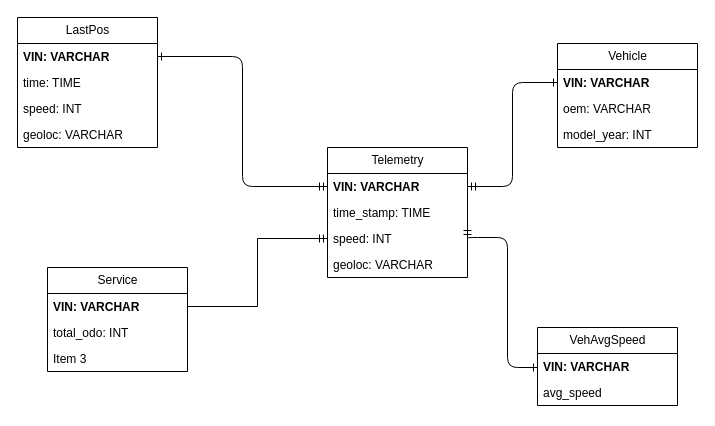
za250120548/M_SC_BIGDATA_ERT2025 keeps this draw.io diagram as PI/work/data/dbc_diagram.drawio. Above is the earlier version. Source tidied: cells renumbered, new cells numbered last; positions are measured from the earlier drawing's top-left corner, leaving out a move shared by most shapes. Both pictures are drawn from the tidied source at 100%, with x=0, y=0 at pixel (17, 17).
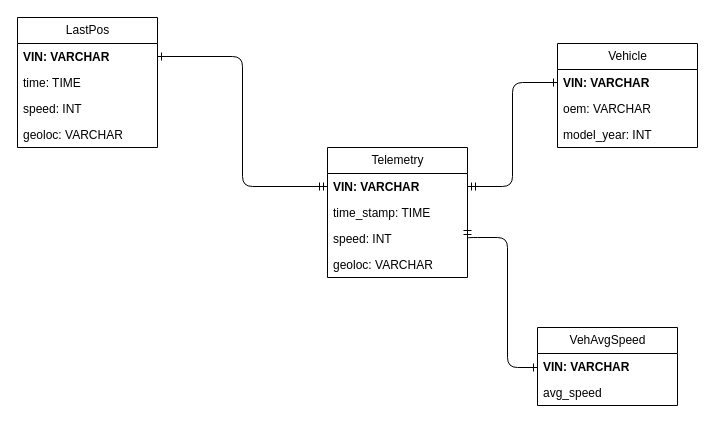
Above is the later version.

Commit message:
add DBC Draw-io Diagram

Unchanged cells that the change refers to:
```xml
<mxCell id="9" value="speed: INT" style="text;strokeColor=none;fillColor=none;align=left;verticalAlign=top;spacingLeft=4;spacingRight=4;overflow=hidden;points=[[0,0.5],[1,0.5]];portConstraint=eastwest;whiteSpace=wrap;html=1;" parent="6" vertex="1">
  <mxGeometry y="78" width="140" height="26" as="geometry" />
</mxCell>
```

Diff of the diagram source:
```diff
@@
-    <mxCell id="19" value="Service" style="swimlane;fontStyle=0;horizontal=1;startSize=26;fillColor=none;html=1;" parent="1" vertex="1">
-      <mxGeometry x="30" y="250" width="140" height="104" as="geometry" />
-    </mxCell>
-    <mxCell id="20" value="VIN: VARCHAR" style="text;strokeColor=none;fillColor=none;align=left;verticalAlign=top;spacingLeft=4;spacingRight=4;overflow=hidden;points=[[0,0.5],[1,0.5]];portConstraint=eastwest;whiteSpace=wrap;html=1;fontStyle=1;" parent="19" vertex="1">
-      <mxGeometry y="26" width="140" height="26" as="geometry" />
-    </mxCell>
-    <mxCell id="21" value="total_odo: INT" style="text;strokeColor=none;fillColor=none;align=left;verticalAlign=top;spacingLeft=4;spacingRight=4;overflow=hidden;whiteSpace=wrap;html=1;" parent="19" vertex="1">
-      <mxGeometry y="52" width="140" height="26" as="geometry" />
-    </mxCell>
-    <mxCell id="22" value="Item 3" style="text;strokeColor=none;fillColor=none;align=left;verticalAlign=top;spacingLeft=4;spacingRight=4;overflow=hidden;whiteSpace=wrap;html=1;" parent="19" vertex="1">
-      <mxGeometry y="78" width="140" height="26" as="geometry" />
-    </mxCell>
@@
-    <mxCell id="26" style="edgeStyle=orthogonalEdgeStyle;rounded=0;jettySize=auto;html=1;exitX=0;exitY=0.5;exitDx=0;exitDy=0;endArrow=baseDash;endFill=0;startArrow=ERmandOne;startFill=0;" parent="1" edge="1" source="9" target="20">
-      <mxGeometry relative="1" as="geometry" />
-    </mxCell>
```
